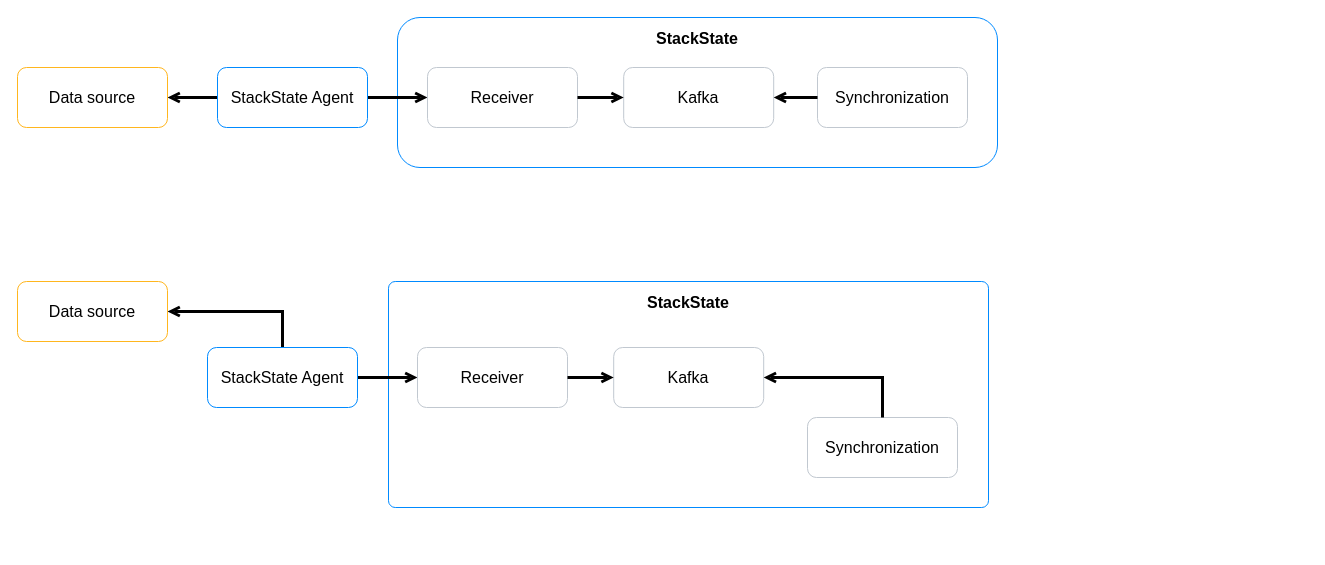
Above: resources/drawio/debug_topo_sync.drawio in StackVista/stackstate-docs (draw.io), before the change. Source tidied: cells renumbered, new cells numbered last; positions are measured from the earlier drawing's top-left corner, leaving out a move shared by most shapes. Both pictures are drawn from the tidied source at 100%, with x=0, y=0 at pixel (17, 17).
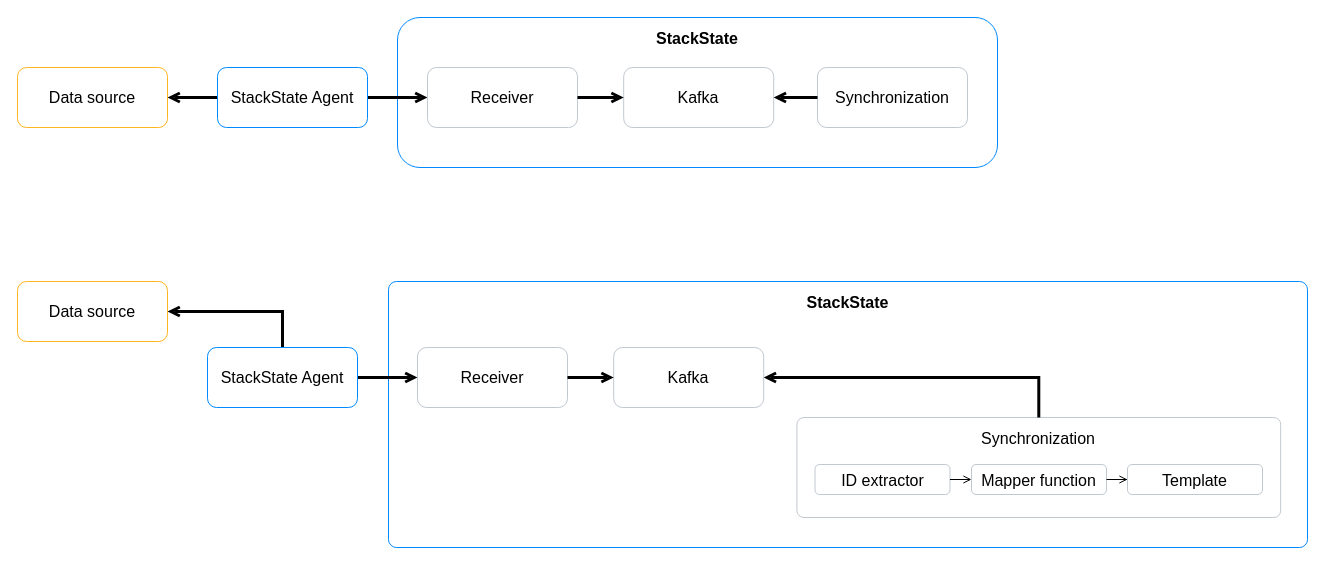
After the change.

The edit, as a diff of the source:
```diff
@@
     <mxCell id="12" value="&lt;b&gt;StackState&lt;/b&gt;" style="rounded=1;whiteSpace=wrap;html=1;strokeWidth=1;strokeColor=#008AFF;verticalAlign=top;align=center;spacingLeft=0;fontStyle=0;fontSize=16;spacingTop=5;arcSize=3;" parent="1" vertex="1">
-      <mxGeometry x="371" y="264" width="600" height="226" as="geometry" />
+      <mxGeometry x="371" y="264" width="919" height="266" as="geometry" />
     </mxCell>
@@
-    <mxCell id="19" value="Synchronization" style="rounded=1;whiteSpace=wrap;html=1;strokeWidth=1;verticalAlign=middle;align=center;fontStyle=0;fontSize=16;strokeColor=#C1C8D0;" parent="1" vertex="1">
-      <mxGeometry x="790" y="400" width="150" height="60" as="geometry" />
+    <mxCell id="19" value="Synchronization" style="rounded=1;whiteSpace=wrap;html=1;strokeWidth=1;verticalAlign=top;align=center;fontStyle=0;fontSize=16;strokeColor=#C1C8D0;spacingTop=5;arcSize=7;fillOpacity=40;fillColor=none;" parent="1" vertex="1">
+      <mxGeometry x="779.4" y="400" width="483.8" height="100" as="geometry" />
     </mxCell>
@@
+    <mxCell id="22" style="group;" parent="1" vertex="1">
+      <mxGeometry x="797.5" y="447" width="447.5" height="30" as="geometry" />
+    </mxCell>
+    <mxCell id="23" value="ID extractor" style="rounded=1;whiteSpace=wrap;html=1;strokeWidth=1;fontSize=16;align=center;verticalAlign=top;strokeColor=#C1C8D0;" parent="22" vertex="1">
+      <mxGeometry width="135" height="30" as="geometry" />
+    </mxCell>
+    <mxCell id="24" value="Mapper function" style="rounded=1;whiteSpace=wrap;html=1;strokeWidth=1;fontSize=16;align=center;verticalAlign=top;strokeColor=#C1C8D0;" parent="22" vertex="1">
+      <mxGeometry x="156.5" width="135" height="30" as="geometry" />
+    </mxCell>
+    <mxCell id="25" value="Template" style="rounded=1;whiteSpace=wrap;html=1;strokeWidth=1;fontSize=16;align=center;verticalAlign=top;strokeColor=#C1C8D0;" parent="22" vertex="1">
+      <mxGeometry x="312.5" width="135" height="30" as="geometry" />
+    </mxCell>
+    <mxCell id="26" style="edgeStyle=orthogonalEdgeStyle;rounded=0;jettySize=auto;html=1;exitX=1;exitY=0.5;exitDx=0;exitDy=0;fontSize=16;startArrow=none;startFill=0;endArrow=open;endFill=0;strokeColor=#000000;strokeWidth=1;" parent="22" edge="1" source="23" target="24">
+      <mxGeometry relative="1" as="geometry" />
+    </mxCell>
+    <mxCell id="27" style="edgeStyle=orthogonalEdgeStyle;rounded=0;jettySize=auto;html=1;entryX=0;entryY=0.5;entryDx=0;entryDy=0;fontSize=16;startArrow=none;startFill=0;endArrow=open;endFill=0;strokeColor=#000000;strokeWidth=1;" parent="22" edge="1" source="24" target="25">
+      <mxGeometry relative="1" as="geometry" />
+    </mxCell>
```
